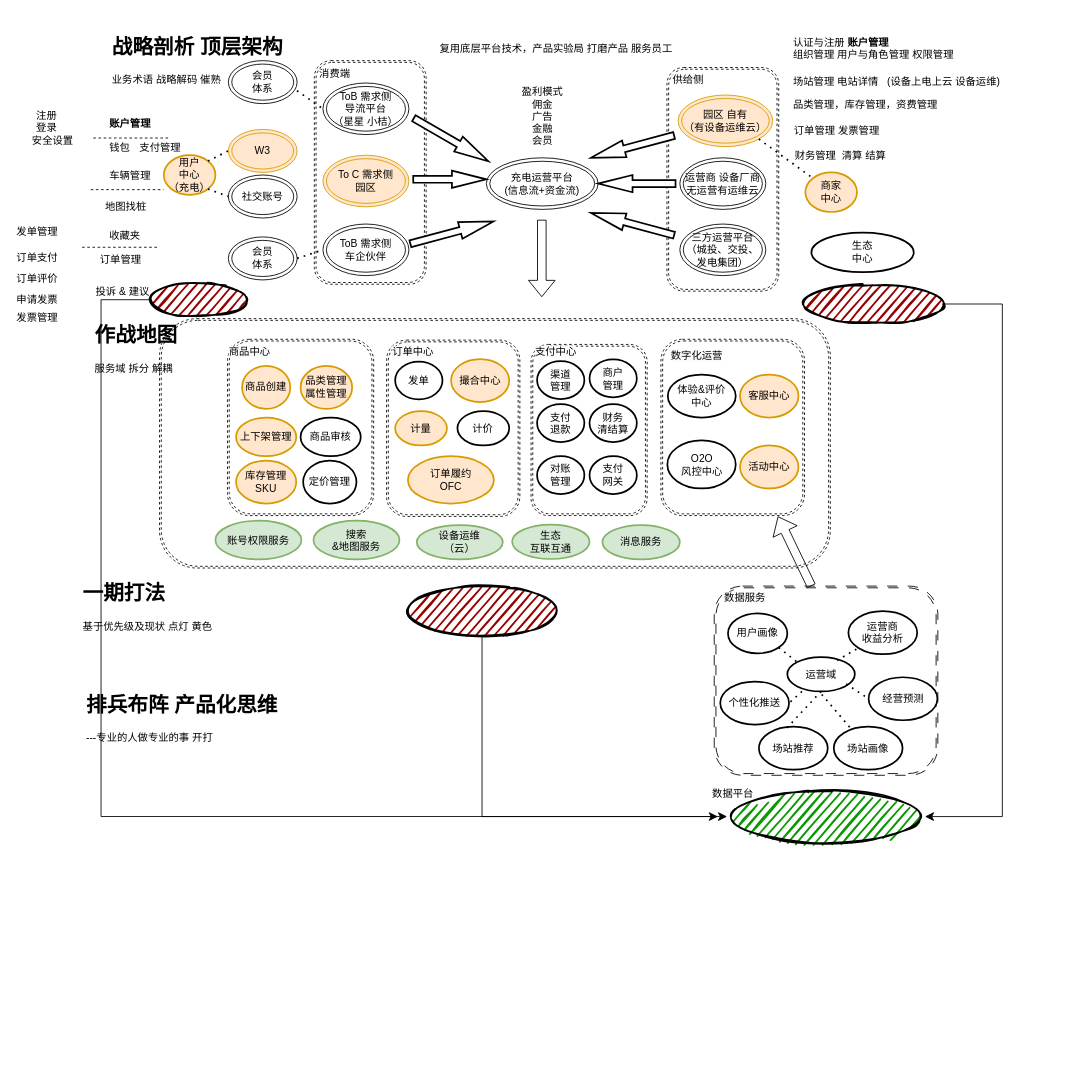
numenshane/draw.io keeps this draw.io diagram as page "第 2 页" (1 of 2) of OO.drawio. Above is the earlier version. Source tidied: cells renumbered, new cells numbered last; positions are measured from the earlier drawing's top-left corner, leaving out a move shared by most shapes. Both pictures are drawn from the tidied source at 86%, with x=0, y=0 at pixel (15, 14).
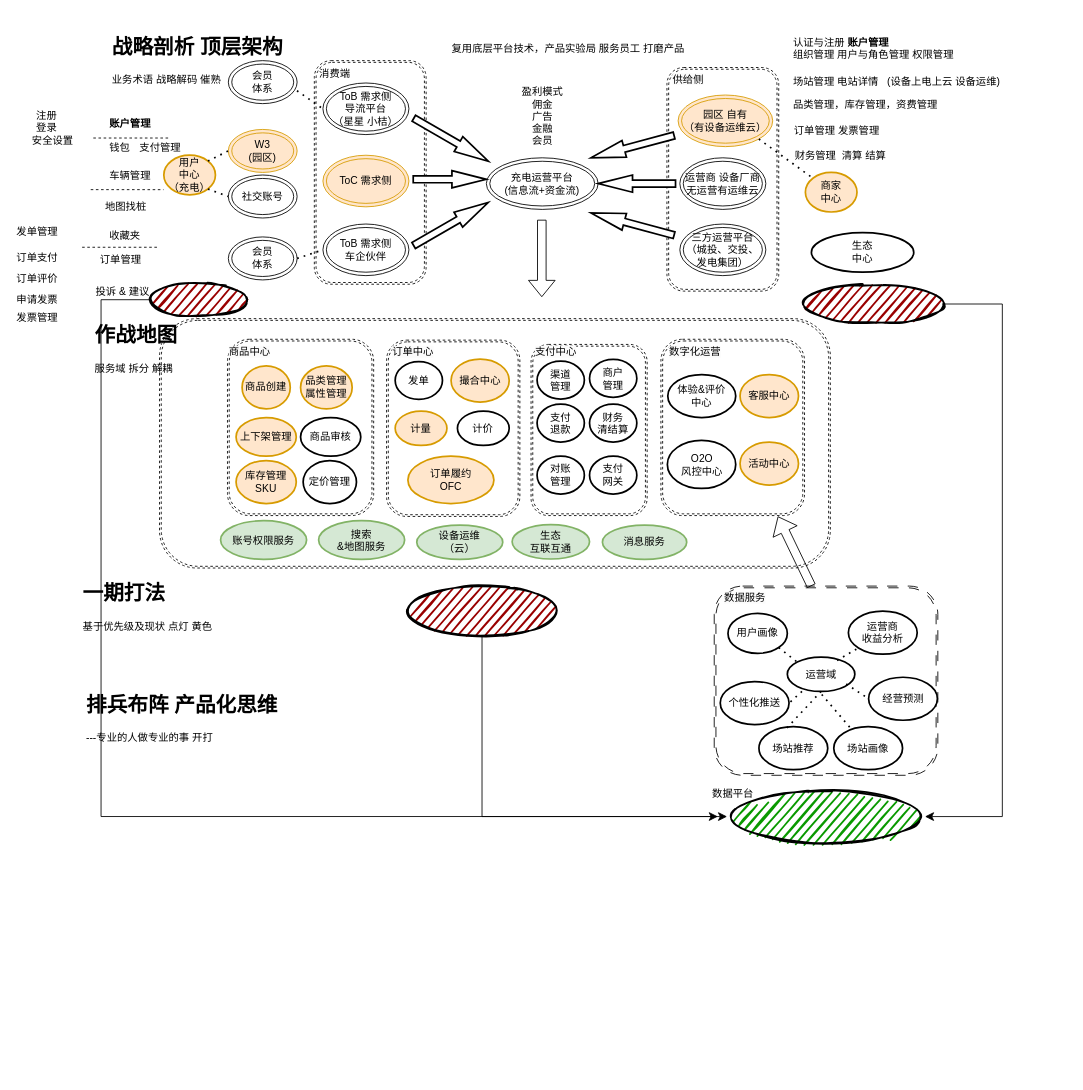
Above is the later version.

The edit, as a diff of the source:
```diff
@@
-    <mxCell id="11" value="To C&amp;nbsp;需求侧&lt;br&gt;园区" style="ellipse;shape=doubleEllipse;whiteSpace=wrap;html=1;fillColor=#ffe6cc;strokeColor=#d79b00;" parent="1" vertex="1">
+    <mxCell id="11" value="ToC&amp;nbsp;需求侧" style="ellipse;shape=doubleEllipse;whiteSpace=wrap;html=1;fillColor=#ffe6cc;strokeColor=#d79b00;" parent="1" vertex="1">
       <mxGeometry x="358" y="164" width="100" height="60" as="geometry" />
     </mxCell>
@@
-    <mxCell id="18" style="verticalLabelPosition=bottom;verticalAlign=top;html=1;strokeWidth=2;shape=mxgraph.arrows2.arrow;dy=0.6;dx=40;notch=0;rotation=-15;" parent="1" vertex="1">
-      <mxGeometry x="458" y="244" width="100" height="20" as="geometry" />
+    <mxCell id="18" style="verticalLabelPosition=bottom;verticalAlign=top;html=1;strokeWidth=2;shape=mxgraph.arrows2.arrow;dy=0.6;dx=40;notch=0;rotation=-30;" parent="1" vertex="1">
+      <mxGeometry x="456.8" y="234" width="100" height="20" as="geometry" />
     </mxCell>
@@
-    <mxCell id="23" value="W3" style="ellipse;shape=doubleEllipse;whiteSpace=wrap;html=1;fillColor=#ffe6cc;strokeColor=#d79b00;" parent="1" vertex="1">
+    <mxCell id="23" value="W3&lt;br&gt;(园区)" style="ellipse;shape=doubleEllipse;whiteSpace=wrap;html=1;fillColor=#ffe6cc;strokeColor=#d79b00;" parent="1" vertex="1">
       <mxGeometry x="248" y="134" width="80" height="50" as="geometry" />
     </mxCell>
@@
     <mxCell id="56" value="搜索&lt;br&gt;&amp;amp;地图服务" style="strokeWidth=2;html=1;shape=mxgraph.flowchart.start_1;whiteSpace=wrap;fillColor=#d5e8d4;strokeColor=#82b366;" parent="1" vertex="1">
-      <mxGeometry x="347" y="589" width="100" height="45" as="geometry" />
+      <mxGeometry x="353" y="589" width="100" height="45" as="geometry" />
     </mxCell>
@@
     <mxCell id="70" value="账号权限服务" style="strokeWidth=2;html=1;shape=mxgraph.flowchart.start_1;whiteSpace=wrap;fillColor=#d5e8d4;strokeColor=#82b366;" parent="1" vertex="1">
-      <mxGeometry x="233" y="589" width="100" height="45" as="geometry" />
+      <mxGeometry x="239" y="589" width="100" height="45" as="geometry" />
     </mxCell>
@@
-    <mxCell id="73" value="复用底层平台技术，产品实验局 打磨产品 服务员工" style="text;strokeColor=none;fillColor=none;align=left;verticalAlign=middle;spacingLeft=4;spacingRight=4;overflow=hidden;whiteSpace=wrap;html=1;" parent="1" vertex="1">
-      <mxGeometry x="488" y="0.5" width="310" height="79" as="geometry" />
+    <mxCell id="73" value="复用底层平台技术，产品实验局 服务员工&amp;nbsp;打磨产品&amp;nbsp;" style="text;strokeColor=none;fillColor=none;align=left;verticalAlign=middle;spacingLeft=4;spacingRight=4;overflow=hidden;whiteSpace=wrap;html=1;" parent="1" vertex="1">
+      <mxGeometry x="502.2" y="12.2" width="310" height="55.5" as="geometry" />
     </mxCell>
@@
-    <mxCell id="100" value="&lt;span style=&quot;color: rgb(0, 0, 0); font-family: Helvetica; font-size: 12px; font-style: normal; font-variant-ligatures: normal; font-variant-caps: normal; font-weight: 400; letter-spacing: normal; orphans: 2; text-align: center; text-indent: 0px; text-transform: none; widows: 2; word-spacing: 0px; -webkit-text-stroke-width: 0px; background-color: rgb(251, 251, 251); text-decoration-thickness: initial; text-decoration-style: initial; text-decoration-color: initial; float: none; display: inline !important;&quot;&gt;数字化运营&lt;/span&gt;" style="text;whiteSpace=wrap;html=1;" parent="1" vertex="1">
-      <mxGeometry x="761" y="384" width="80" height="40" as="geometry" />
+    <mxCell id="100" value="&lt;span style=&quot;color: rgb(0, 0, 0); font-family: Helvetica; font-style: normal; font-variant-ligatures: normal; font-variant-caps: normal; font-weight: 400; letter-spacing: normal; orphans: 2; text-align: center; text-indent: 0px; text-transform: none; widows: 2; word-spacing: 0px; -webkit-text-stroke-width: 0px; background-color: rgb(251, 251, 251); text-decoration-thickness: initial; text-decoration-style: initial; text-decoration-color: initial; float: none; display: inline !important;&quot;&gt;&lt;font style=&quot;font-size: 12px;&quot;&gt;数字化运营&lt;/font&gt;&lt;/span&gt;" style="text;whiteSpace=wrap;html=1;" parent="1" vertex="1">
+      <mxGeometry x="759" y="379" width="80" height="40" as="geometry" />
     </mxCell>
     <mxCell id="101" value="活动中心" style="strokeWidth=2;html=1;shape=mxgraph.flowchart.start_1;whiteSpace=wrap;fillColor=#ffe6cc;strokeColor=#d79b00;" parent="1" vertex="1">
-      <mxGeometry x="843" y="501.5" width="68" height="50" as="geometry" />
+      <mxGeometry x="843" y="497.5" width="68" height="50" as="geometry" />
     </mxCell>
@@
     <mxCell id="114" value="消息服务" style="strokeWidth=2;html=1;shape=mxgraph.flowchart.start_1;whiteSpace=wrap;fillColor=#d5e8d4;strokeColor=#82b366;" parent="1" vertex="1">
-      <mxGeometry x="683" y="594" width="90" height="40" as="geometry" />
+      <mxGeometry x="683" y="594" width="98" height="40" as="geometry" />
     </mxCell>
```
